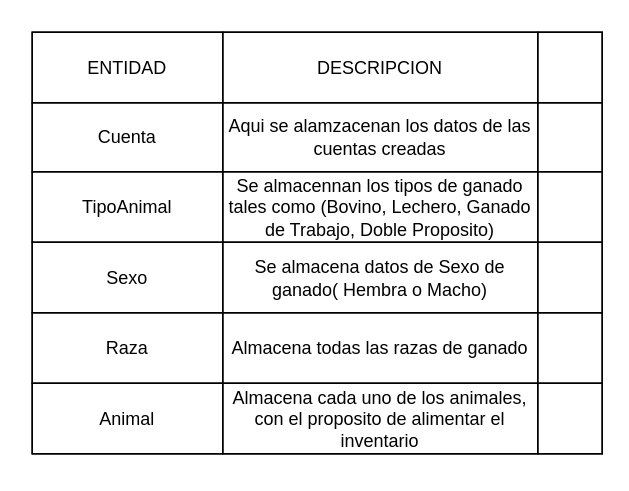
Above: docs/definition_of_data_entities.drawio in enu-44/agropecuaria-flutter-app (draw.io), before the change. Source tidied: cells renumbered, new cells numbered last; positions are measured from the earlier drawing's top-left corner, leaving out a move shared by most shapes. Both pictures are drawn from the tidied source at 150%, with x=0, y=0 at pixel (32, 32).
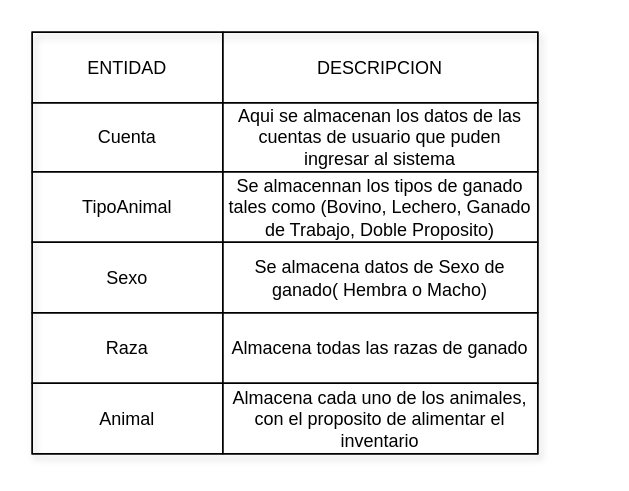
Above is the later version.

Change to the diagram source:
```diff
@@
-    <mxCell id="2" style="childLayout=tableLayout;shadow=0;fillColor=none;" parent="1" vertex="1">
-      <mxGeometry width="380" height="281" as="geometry" />
+    <mxCell id="2" style="childLayout=tableLayout;shadow=1;fillColor=none;" parent="1" vertex="1">
+      <mxGeometry width="337" height="281" as="geometry" />
     </mxCell>
     <mxCell id="3" style="shape=tableRow;horizontal=0;startSize=0;swimlaneHead=0;swimlaneBody=0;top=0;left=0;bottom=0;right=0;fontStyle=0;fillColor=none;strokeColor=inherit;" parent="2" vertex="1">
-      <mxGeometry width="380" height="47" as="geometry" />
+      <mxGeometry width="337" height="47" as="geometry" />
     </mxCell>
@@
-    <mxCell id="6" style="strokeColor=inherit;fillColor=none;align=center;whiteSpace=wrap;html=1;" parent="3" vertex="1">
-      <mxGeometry x="337" width="43" height="47" as="geometry" />
-    </mxCell>
     <mxCell id="7" style="shape=tableRow;horizontal=0;startSize=0;swimlaneHead=0;swimlaneBody=0;top=0;left=0;bottom=0;right=0;fontStyle=0;fillColor=none;strokeColor=inherit;" parent="2" vertex="1">
-      <mxGeometry y="47" width="380" height="46" as="geometry" />
+      <mxGeometry y="47" width="337" height="46" as="geometry" />
     </mxCell>
@@
-    <mxCell id="9" value="Aqui se alamzacenan los datos de las cuentas creadas" style="strokeColor=inherit;fillColor=none;align=center;whiteSpace=wrap;html=1;" parent="7" vertex="1">
+    <mxCell id="9" value="Aqui se almacenan los datos de las cuentas de usuario que puden ingresar al sistema" style="strokeColor=inherit;fillColor=none;align=center;whiteSpace=wrap;html=1;" parent="7" vertex="1">
       <mxGeometry x="127" width="210" height="46" as="geometry" />
     </mxCell>
-    <mxCell id="10" style="strokeColor=inherit;fillColor=none;align=center;whiteSpace=wrap;html=1;" parent="7" vertex="1">
-      <mxGeometry x="337" width="43" height="46" as="geometry" />
-    </mxCell>
     <mxCell id="11" style="shape=tableRow;horizontal=0;startSize=0;swimlaneHead=0;swimlaneBody=0;top=0;left=0;bottom=0;right=0;fontStyle=0;fillColor=none;strokeColor=inherit;" parent="2" vertex="1">
-      <mxGeometry y="93" width="380" height="47" as="geometry" />
+      <mxGeometry y="93" width="337" height="47" as="geometry" />
     </mxCell>
@@
-    <mxCell id="14" style="strokeColor=inherit;fillColor=none;align=center;whiteSpace=wrap;html=1;" parent="11" vertex="1">
-      <mxGeometry x="337" width="43" height="47" as="geometry" />
-    </mxCell>
     <mxCell id="15" style="shape=tableRow;horizontal=0;startSize=0;swimlaneHead=0;swimlaneBody=0;top=0;left=0;bottom=0;right=0;fontStyle=0;fillColor=none;strokeColor=inherit;" parent="2" vertex="1">
-      <mxGeometry y="140" width="380" height="47" as="geometry" />
+      <mxGeometry y="140" width="337" height="47" as="geometry" />
     </mxCell>
@@
-    <mxCell id="18" style="strokeColor=inherit;fillColor=none;align=center;whiteSpace=wrap;html=1;" parent="15" vertex="1">
-      <mxGeometry x="337" width="43" height="47" as="geometry" />
-    </mxCell>
     <mxCell id="19" style="shape=tableRow;horizontal=0;startSize=0;swimlaneHead=0;swimlaneBody=0;top=0;left=0;bottom=0;right=0;fontStyle=0;fillColor=none;strokeColor=inherit;" parent="2" vertex="1">
-      <mxGeometry y="187" width="380" height="47" as="geometry" />
+      <mxGeometry y="187" width="337" height="47" as="geometry" />
     </mxCell>
@@
-    <mxCell id="22" style="strokeColor=inherit;fillColor=none;align=center;whiteSpace=wrap;html=1;" parent="19" vertex="1">
-      <mxGeometry x="337" width="43" height="47" as="geometry" />
-    </mxCell>
     <mxCell id="23" style="shape=tableRow;horizontal=0;startSize=0;swimlaneHead=0;swimlaneBody=0;top=0;left=0;bottom=0;right=0;fontStyle=0;fillColor=none;strokeColor=inherit;" parent="2" vertex="1">
-      <mxGeometry y="234" width="380" height="47" as="geometry" />
+      <mxGeometry y="234" width="337" height="47" as="geometry" />
     </mxCell>
@@
-    <mxCell id="26" style="strokeColor=inherit;fillColor=none;align=center;whiteSpace=wrap;html=1;" parent="23" vertex="1">
-      <mxGeometry x="337" width="43" height="47" as="geometry" />
-    </mxCell>
```
